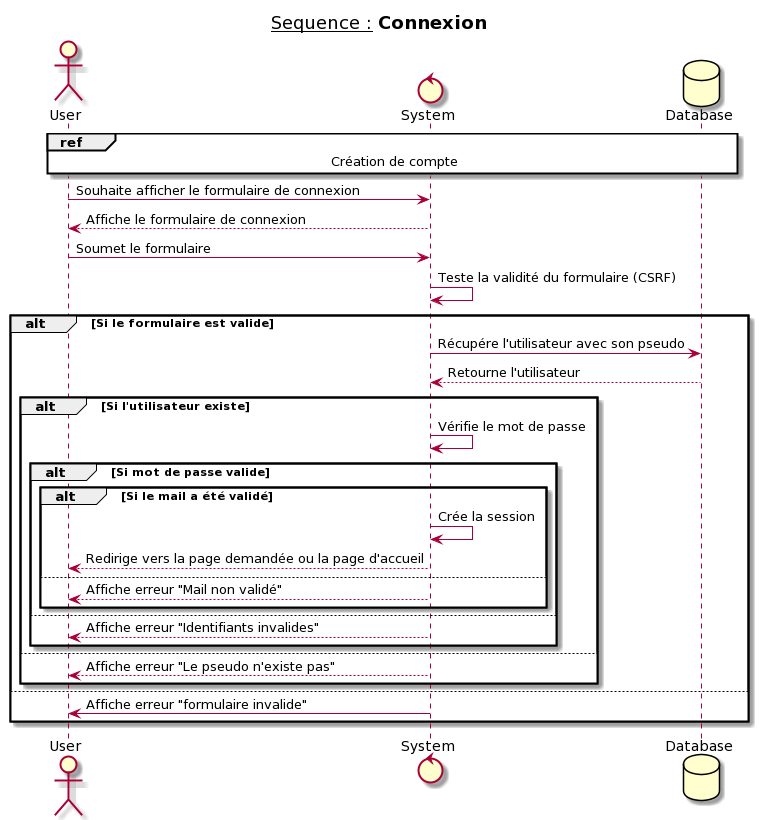
Above: _diagrammes/P06_S2 - Connexion.png in Toasted201/OpenClassroom_P06 (PlantUML), before the change.
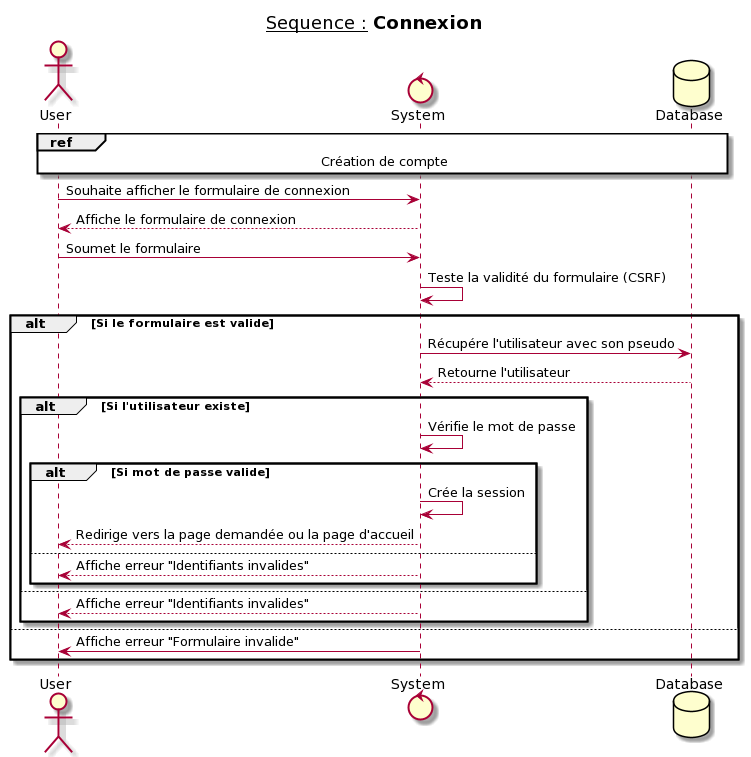
The same file after the commit.

Commit message:
MAJ Diagrams + change text error 'identifiants invalides"

Change to the diagram source:
```diff
@@ -16,19 +16,15 @@
   alt Si l'utilisateur existe
     System -> System : Vérifie le mot de passe
     alt Si mot de passe valide
-       alt Si le mail a été validé
-         System -> System : Crée la session
-         System --> User : Redirige vers la page demandée ou la page d'accueil
-       else
-         System --> User : Affiche erreur "Mail non validé"
-       end
+      System -> System : Crée la session
+      System --> User : Redirige vers la page demandée ou la page d'accueil
     else
       System --> User : Affiche erreur "Identifiants invalides"
     end
   else
-    System --> User : Affiche erreur "Le pseudo n'existe pas"
+    System --> User : Affiche erreur "Identifiants invalides"
   end
 else
-    System -> User : Affiche erreur "formulaire invalide"
+    System -> User : Affiche erreur "Formulaire invalide"
 end
 @enduml
```
